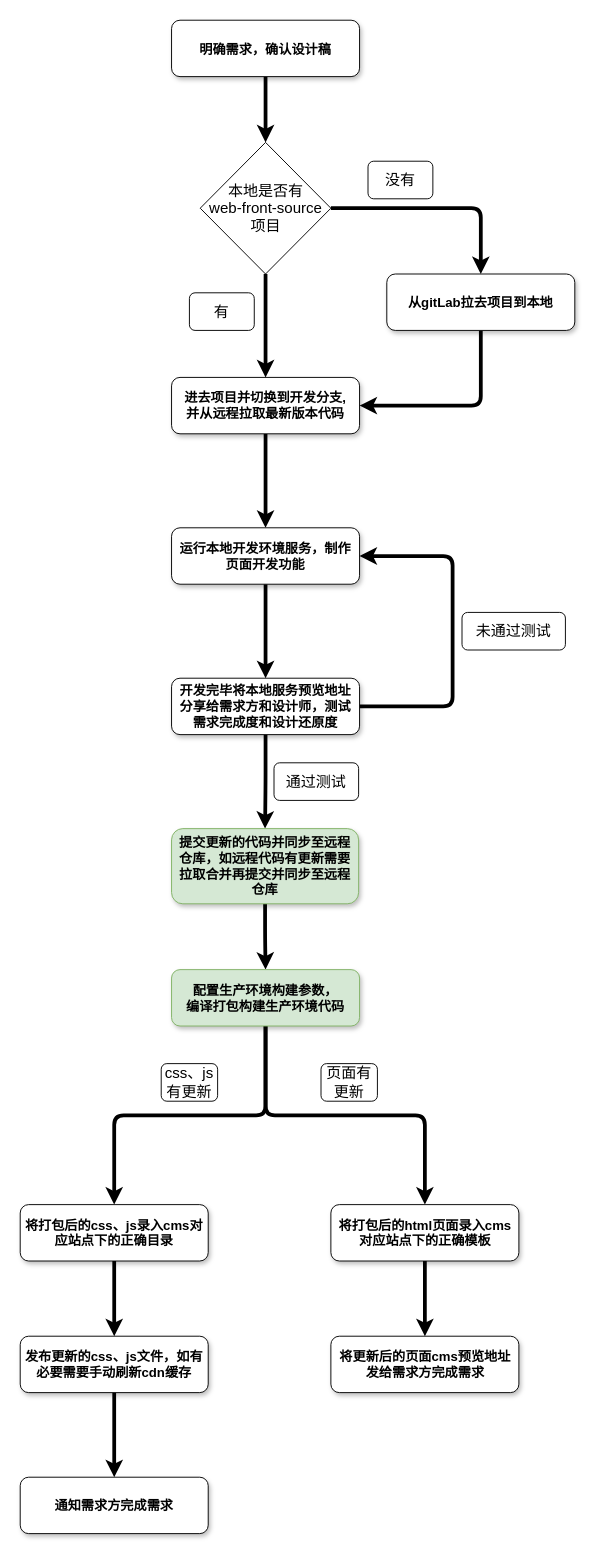
The draw.io diagram page "网站日常需求处理流程" (3 of 4) of Untitled Diagram.drawio in wxlxxx/draw.io, before the edit. Source tidied: cells renumbered, new cells numbered last; positions are measured from the earlier drawing's top-left corner, leaving out a move shared by most shapes. Both pictures are drawn from the tidied source at 94%, with x=0, y=0 at pixel (20, 20).
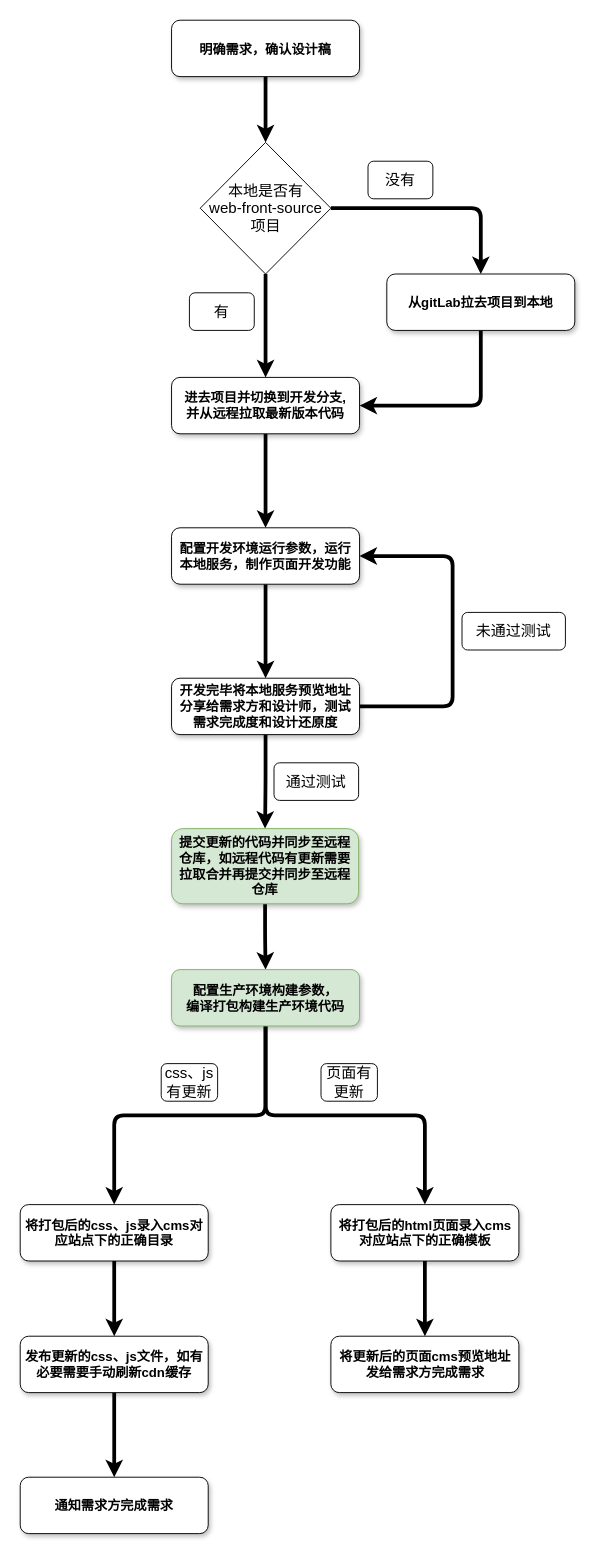
After the change.

What changed in the source:
```diff
@@
-    <mxCell id="14" value="运行本地开发环境服务，制作页面开发功能" style="rounded=1;shadow=1;fontStyle=1;fontSize=14;whiteSpace=wrap;spacing=6;" parent="1" vertex="1">
+    <mxCell id="14" value="配置开发环境运行参数，运行本地服务，制作页面开发功能" style="rounded=1;shadow=1;fontStyle=1;fontSize=14;whiteSpace=wrap;spacing=6;" parent="1" vertex="1">
       <mxGeometry x="161" y="540" width="200" height="60" as="geometry" />
     </mxCell>
```
